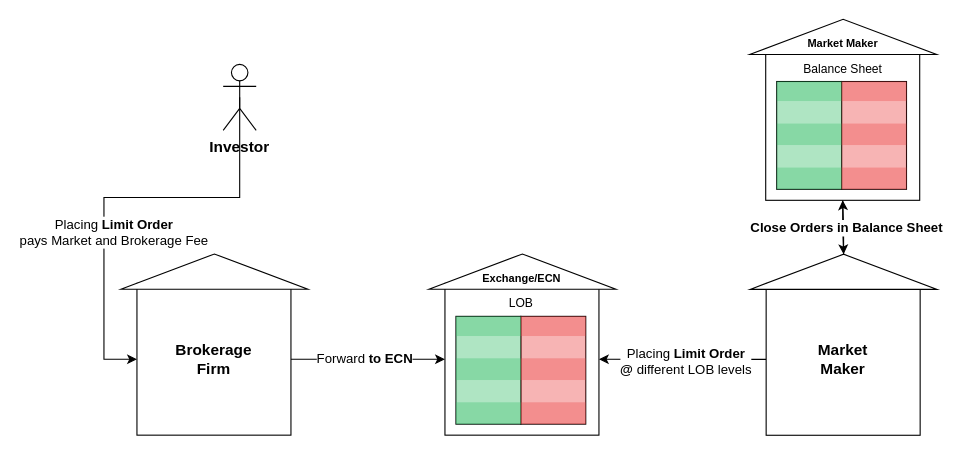
phelstab/research-reference-markets-dynamics keeps this draw.io diagram as page "Page-6" (1 of 8) of Diagrams/PFOFModel.drawio. Above is the earlier version. Source tidied: cells renumbered, new cells numbered last; positions are measured from the earlier drawing's top-left corner, leaving out a move shared by most shapes. Both pictures are drawn from the tidied source at 110%, with x=0, y=0 at pixel (103, -57).
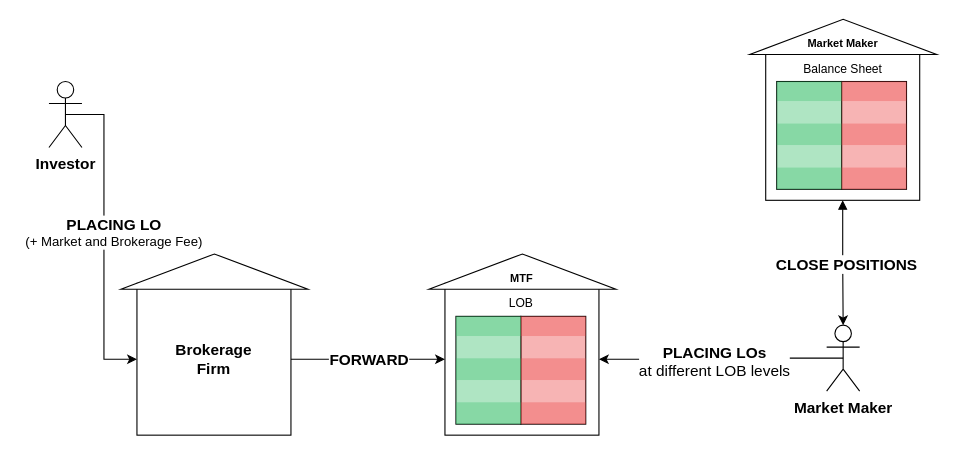
The same diagram, later.

The change refers to these unchanged cells:
```xml
<mxCell id="2" style="rounded=0;whiteSpace=wrap;html=1;fontStyle=1;" parent="1" vertex="1">
  <mxGeometry x="310" y="309.1" width="140" height="138" as="geometry" />
</mxCell>
<mxCell id="19" style="edgeStyle=orthogonalEdgeStyle;rounded=0;jettySize=auto;html=1;exitX=1;exitY=0.5;exitDx=0;exitDy=0;fontSize=11;entryX=0;entryY=0.5;entryDx=0;entryDy=0;" parent="1" edge="1" source="21" target="2">
  <mxGeometry relative="1" as="geometry" />
</mxCell>
<mxCell id="21" style="rounded=0;whiteSpace=wrap;html=1;fontStyle=1;" parent="1" vertex="1">
  <mxGeometry x="30" y="309.1" width="140" height="138" as="geometry" />
</mxCell>
<mxCell id="26" style="rounded=0;whiteSpace=wrap;html=1;fontStyle=1;" parent="1" vertex="1">
  <mxGeometry x="601.6" y="95.6" width="140" height="138" as="geometry" />
</mxCell>
```

The edit, as a diff of the source:
```diff
@@
-    <mxCell id="6" value="&lt;span style=&quot;font-size: 10px;&quot;&gt;Exchange/ECN&lt;/span&gt;" style="text;html=1;strokeColor=none;fillColor=none;align=center;verticalAlign=middle;whiteSpace=wrap;rounded=0;fontSize=10;fontStyle=1;" parent="1" vertex="1">
+    <mxCell id="6" value="&lt;span style=&quot;font-size: 10px;&quot;&gt;MTF&lt;/span&gt;" style="text;html=1;strokeColor=none;fillColor=none;align=center;verticalAlign=middle;whiteSpace=wrap;rounded=0;fontSize=10;fontStyle=1;" parent="1" vertex="1">
       <mxGeometry x="350" y="289.1" width="60" height="30" as="geometry" />
     </mxCell>
@@
     <mxCell id="18" style="edgeStyle=orthogonalEdgeStyle;rounded=0;jettySize=auto;html=1;exitX=0.5;exitY=0.5;exitDx=0;exitDy=0;exitPerimeter=0;fontSize=11;entryX=0;entryY=0.5;entryDx=0;entryDy=0;" parent="1" edge="1" source="42" target="21">
       <mxGeometry relative="1" as="geometry">
         <Array as="points">
-          <mxPoint x="123" y="231" />
-          <mxPoint y="231" />
+          <mxPoint y="156" />
           <mxPoint y="378" />
         </Array>
       </mxGeometry>
     </mxCell>
@@
-    <mxCell id="20" value="&lt;span style=&quot;font-size: 12px;&quot;&gt;Forward&amp;nbsp;&lt;/span&gt;&lt;span style=&quot;font-size: 12px; font-weight: 700;&quot;&gt;to ECN&lt;/span&gt;" style="edgeLabel;html=1;align=center;verticalAlign=middle;fontSize=11;" parent="19" vertex="1">
-      <mxGeometry x="-0.06" y="1" relative="1" as="geometry" />
+    <mxCell id="20" value="&lt;span style=&quot;font-size: 14px;&quot;&gt;&lt;b&gt;FORWARD&lt;/b&gt;&lt;/span&gt;" style="edgeLabel;html=1;align=center;verticalAlign=middle;fontSize=14;" parent="19" vertex="1">
+      <mxGeometry x="-0.06" y="1" relative="1" as="geometry">
+        <mxPoint x="4" y="1" as="offset" />
+      </mxGeometry>
     </mxCell>
@@
-    <mxCell id="24" value="&lt;span style=&quot;font-weight: normal;&quot;&gt;Placing&amp;nbsp;&lt;/span&gt;Limit Order&lt;br&gt;&lt;span style=&quot;font-weight: normal;&quot;&gt;pays Market and Brokerage Fee&lt;/span&gt;" style="edgeLabel;html=1;align=center;verticalAlign=middle;fontSize=12;fontStyle=1;" parent="1" vertex="1">
+    <mxCell id="24" value="&lt;font style=&quot;font-size: 14px;&quot;&gt;PLACING&amp;nbsp;LO&lt;/font&gt;&lt;br&gt;&lt;span style=&quot;font-weight: normal;&quot;&gt;(+ Market and Brokerage Fee)&lt;/span&gt;" style="edgeLabel;html=1;align=center;verticalAlign=middle;fontSize=12;fontStyle=1;" parent="1" vertex="1">
       <mxGeometry x="10" y="263.6" as="geometry">
         <mxPoint x="-2" y="-1" as="offset" />
       </mxGeometry>
     </mxCell>
-    <mxCell id="25" style="edgeStyle=orthogonalEdgeStyle;rounded=0;jettySize=auto;html=1;exitX=0.5;exitY=1;exitDx=0;exitDy=0;entryX=1;entryY=0.5;entryDx=0;entryDy=0;fontSize=14;" parent="1" edge="1" source="26" target="46">
+    <mxCell id="25" style="edgeStyle=orthogonalEdgeStyle;rounded=0;jettySize=auto;html=1;exitX=0.5;exitY=1;exitDx=0;exitDy=0;fontSize=14;startArrow=block;startFill=1;" parent="1" edge="1" source="26" target="47">
       <mxGeometry relative="1" as="geometry" />
     </mxCell>
@@
     <mxCell id="42" value="Investor" style="shape=umlActor;verticalLabelPosition=bottom;verticalAlign=top;html=1;outlineConnect=0;fontStyle=1;fontSize=14;" parent="1" vertex="1">
-      <mxGeometry x="108.4" y="110" width="30" height="60" as="geometry" />
+      <mxGeometry x="-50" y="125.6" width="30" height="60" as="geometry" />
     </mxCell>
-    <mxCell id="43" style="edgeStyle=orthogonalEdgeStyle;rounded=0;jettySize=auto;html=1;exitX=0;exitY=0.5;exitDx=0;exitDy=0;entryX=1;entryY=0.5;entryDx=0;entryDy=0;fontSize=14;" parent="1" edge="1" source="44" target="2">
+    <mxCell id="43" style="edgeStyle=orthogonalEdgeStyle;rounded=0;jettySize=auto;html=1;exitX=0.5;exitY=0.5;exitDx=0;exitDy=0;entryX=1;entryY=0.5;entryDx=0;entryDy=0;fontSize=14;exitPerimeter=0;" parent="1" edge="1" source="47" target="2">
       <mxGeometry relative="1" as="geometry" />
     </mxCell>
-    <mxCell id="44" style="rounded=0;whiteSpace=wrap;html=1;fontStyle=1;" parent="1" vertex="1">
-      <mxGeometry x="602" y="309.2" width="140" height="138" as="geometry" />
-    </mxCell>
-    <mxCell id="45" style="edgeStyle=orthogonalEdgeStyle;rounded=0;jettySize=auto;html=1;exitX=1;exitY=0.5;exitDx=0;exitDy=0;entryX=0.5;entryY=1;entryDx=0;entryDy=0;fontSize=14;" parent="1" edge="1" source="46" target="26">
-      <mxGeometry relative="1" as="geometry" />
-    </mxCell>
-    <mxCell id="46" style="triangle;whiteSpace=wrap;html=1;rotation=-90;fontStyle=1;" parent="1" vertex="1">
-      <mxGeometry x="656.4" y="213.6" width="32" height="170" as="geometry" />
-    </mxCell>
-    <mxCell id="47" value="&lt;span style=&quot;font-size: 14px;&quot;&gt;Market Maker&lt;/span&gt;" style="text;html=1;strokeColor=none;fillColor=none;align=center;verticalAlign=middle;whiteSpace=wrap;rounded=0;fontSize=14;fontStyle=1;" parent="1" vertex="1">
-      <mxGeometry x="631.6" y="363.2" width="80" height="30" as="geometry" />
-    </mxCell>
-    <mxCell id="48" value="Close Orders in Balance Sheet" style="edgeLabel;html=1;align=center;verticalAlign=middle;fontSize=12;fontStyle=1;" parent="1" vertex="1">
-      <mxGeometry x="670.6" y="256" as="geometry">
+    <mxCell id="48" value="CLOSE POSITIONS" style="edgeLabel;html=1;align=center;verticalAlign=middle;fontSize=14;fontStyle=1;" parent="1" vertex="1">
+      <mxGeometry x="670.6" y="289.1" as="geometry">
         <mxPoint x="4" y="2" as="offset" />
       </mxGeometry>
     </mxCell>
-    <mxCell id="49" value="&lt;span style=&quot;font-weight: 400;&quot;&gt;Placing &lt;/span&gt;Limit Order&lt;br&gt;@ &lt;span style=&quot;font-weight: normal;&quot;&gt;different LOB levels&lt;/span&gt;" style="edgeLabel;html=1;align=center;verticalAlign=middle;fontSize=12;fontStyle=1;" parent="1" vertex="1">
-      <mxGeometry x="524" y="377.1" as="geometry">
+    <mxCell id="49" value="&lt;span style=&quot;font-size: 14px;&quot;&gt;PLACING&amp;nbsp;&lt;/span&gt;LOs&lt;br style=&quot;font-size: 14px;&quot;&gt;&lt;span style=&quot;font-weight: normal; font-size: 14px;&quot;&gt;at different LOB levels&lt;/span&gt;" style="edgeLabel;html=1;align=center;verticalAlign=middle;fontSize=14;fontStyle=1;" parent="1" vertex="1">
+      <mxGeometry x="550" y="377.1" as="geometry">
         <mxPoint x="4" y="2" as="offset" />
       </mxGeometry>
     </mxCell>
+    <mxCell id="47" value="&lt;span style=&quot;&quot;&gt;Market Maker&lt;/span&gt;" style="shape=umlActor;verticalLabelPosition=bottom;verticalAlign=top;html=1;outlineConnect=0;fontStyle=1;fontSize=14;" parent="1" vertex="1">
+      <mxGeometry x="657" y="347.1" width="30" height="60" as="geometry" />
+    </mxCell>
```
